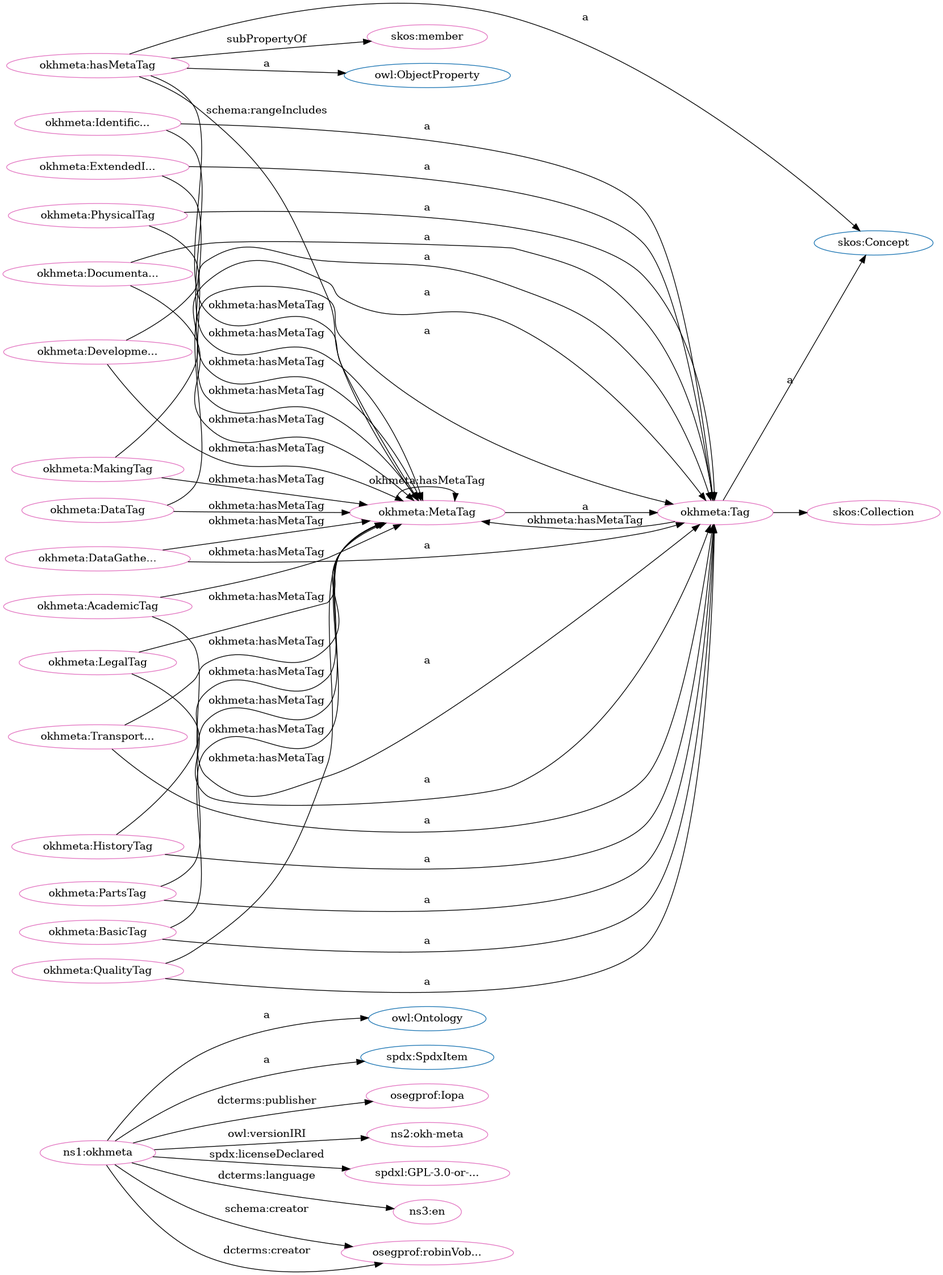
The Graphviz diagram src/spec/dot_okh-meta.png in iop-alliance/OpenKnowHow, before a commit. Its source is kept beside it as src/spec/dot_okh-meta.dot.
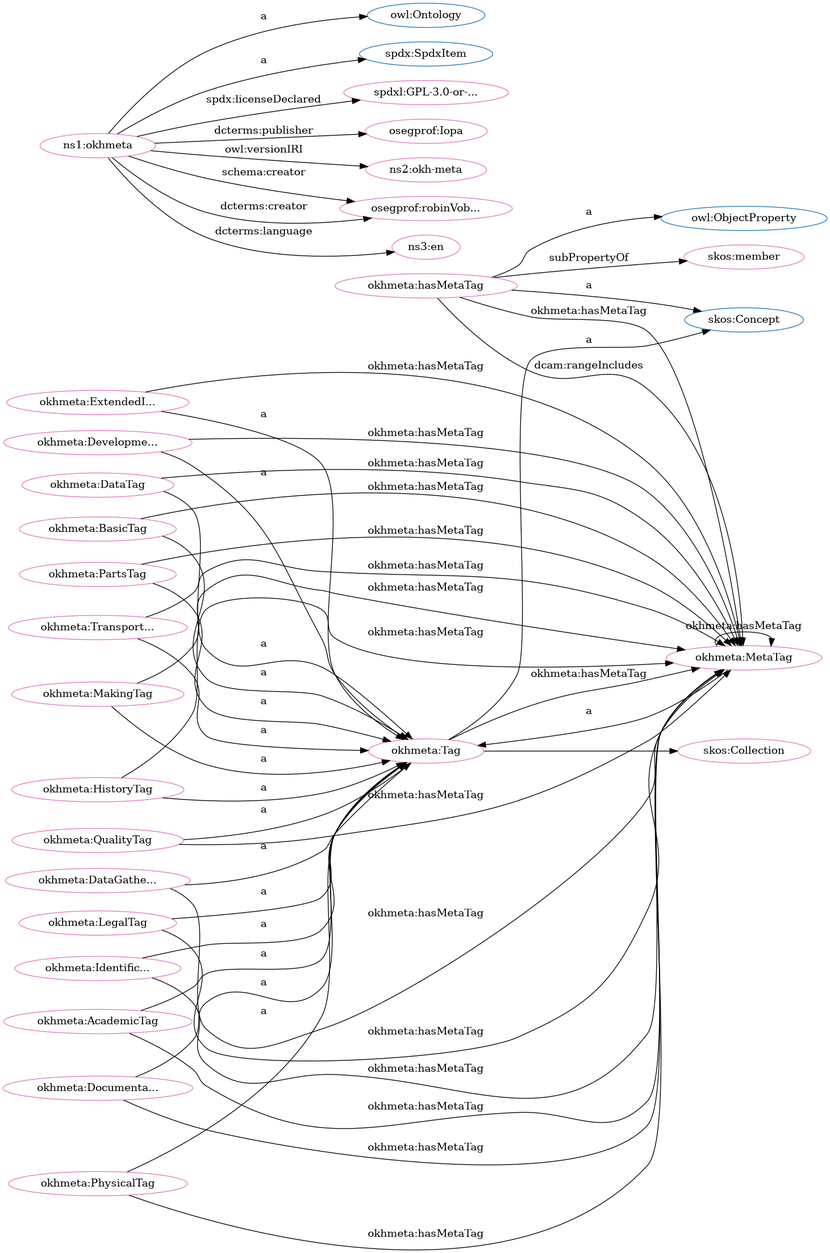
Above is the later version.

What changed in the source:
```diff
@@ -1,85 +1,84 @@
 digraph G {
   rankdir=BT
   node[height=.3]
+"http://www.w3.org/2004/02/skos/core#Collection" [fillcolor="#1f77b4" color="#1f77b4" label="skos:Collection"]
 "http://www.w3.org/2002/07/owl#Ontology" [fillcolor="#1f77b4" color="#1f77b4" label="owl:Ontology"]
-"http://spdx.org/rdf/terms#SpdxItem" [fillcolor="#1f77b4" color="#1f77b4" label="spdx:SpdxItem"]
 "http://www.w3.org/2002/07/owl#ObjectProperty" [fillcolor="#1f77b4" color="#1f77b4" label="owl:ObjectProperty"]
-"http://www.w3.org/2004/02/skos/core#Collection" [fillcolor="#1f77b4" color="#1f77b4" label="skos:Collection"]
 "http://w3id.org/oseg/ont/okhmeta#Tag" [fillcolor="#1f77b4" color="#1f77b4" label="okhmeta:Tag"]
 "http://www.w3.org/2004/02/skos/core#Concept" [fillcolor="#1f77b4" color="#1f77b4" label="skos:Concept"]
-"http://w3id.org/oseg/ont/okhmeta#MetaTag" [fillcolor="#1f77b4" color="#1f77b4" label="okhmeta:MetaTag"]
+"http://spdx.org/rdf/terms#SpdxItem" [fillcolor="#1f77b4" color="#1f77b4" label="spdx:SpdxItem"]
+"http://w3id.org/oseg/ont/okhmeta" [fillcolor="#e377c2" color="#e377c2" label="ns1:okhmeta"]
 "http://w3id.org/oseg/ont/okhmeta#MetaTag" [fillcolor="#e377c2" color="#e377c2" label="okhmeta:MetaTag"]
-"http://w3id.org/oseg/ont/oseg-profiles#Iopa" [fillcolor="#e377c2" color="#e377c2" label="osegprof:Iopa"]
-"http://w3id.org/oseg/ont/okhmeta" [fillcolor="#e377c2" color="#e377c2" label="ns1:okhmeta"]
-"http://w3id.org/oseg/ont/okhmeta#DataGatheringTag" [fillcolor="#e377c2" color="#e377c2" label="okhmeta:DataGathe..."]
-"http://w3id.org/oseg/ont/okhmeta#QualityTag" [fillcolor="#e377c2" color="#e377c2" label="okhmeta:QualityTag"]
-"http://w3id.org/oseg/ont/okhmeta#DevelopmentTag" [fillcolor="#e377c2" color="#e377c2" label="okhmeta:Developme..."]
+"http://w3id.org/oseg/ont/okhmeta#PartsTag" [fillcolor="#e377c2" color="#e377c2" label="okhmeta:PartsTag"]
+"http://www.w3.org/2004/02/skos/core#member" [fillcolor="#e377c2" color="#e377c2" label="skos:member"]
+"http://w3id.org/oseg/ont/okhmeta#AcademicTag" [fillcolor="#e377c2" color="#e377c2" label="okhmeta:AcademicTag"]
+"http://www.w3.org/2004/02/skos/core#Collection" [fillcolor="#e377c2" color="#e377c2" label="skos:Collection"]
 "http://w3id.org/oseg/ont/okhmeta#hasMetaTag" [fillcolor="#e377c2" color="#e377c2" label="okhmeta:hasMetaTag"]
-"http://w3id.org/oseg/ont/okhmeta#TransportationTag" [fillcolor="#e377c2" color="#e377c2" label="okhmeta:Transport..."]
-"http://w3id.org/oseg/ont/1.1.0/okh-meta" [fillcolor="#e377c2" color="#e377c2" label="ns2:okh-meta"]
 "http://spdx.org/licenses/GPL-3.0-or-later" [fillcolor="#e377c2" color="#e377c2" label="spdxl:GPL-3.0-or-..."]
 "http://w3id.org/oseg/ont/okhmeta#ExtendedInfoTag" [fillcolor="#e377c2" color="#e377c2" label="okhmeta:ExtendedI..."]
+"http://w3id.org/oseg/ont/okhmeta#DataGatheringTag" [fillcolor="#e377c2" color="#e377c2" label="okhmeta:DataGathe..."]
+"http://w3id.org/oseg/ont/okhmeta#IdentificationTag" [fillcolor="#e377c2" color="#e377c2" label="okhmeta:Identific..."]
+"http://w3id.org/oseg/ont/okhmeta#DevelopmentTag" [fillcolor="#e377c2" color="#e377c2" label="okhmeta:Developme..."]
+"http://w3id.org/oseg/ont/oseg-profiles#Iopa" [fillcolor="#e377c2" color="#e377c2" label="osegprof:Iopa"]
+"http://w3id.org/oseg/ont/okhmeta#DataTag" [fillcolor="#e377c2" color="#e377c2" label="okhmeta:DataTag"]
+"http://w3id.org/oseg/ont/okhmeta#QualityTag" [fillcolor="#e377c2" color="#e377c2" label="okhmeta:QualityTag"]
+"http://w3id.org/oseg/ont/1.1.0/okh-meta" [fillcolor="#e377c2" color="#e377c2" label="ns2:okh-meta"]
+"http://w3id.org/oseg/ont/oseg-profiles#robinVobruba" [fillcolor="#e377c2" color="#e377c2" label="osegprof:robinVob..."]
 "http://w3id.org/oseg/ont/okhmeta#Tag" [fillcolor="#e377c2" color="#e377c2" label="okhmeta:Tag"]
+"http://w3id.org/oseg/ont/okhmeta#PhysicalTag" [fillcolor="#e377c2" color="#e377c2" label="okhmeta:PhysicalTag"]
+"http://w3id.org/oseg/ont/okhmeta#MakingTag" [fillcolor="#e377c2" color="#e377c2" label="okhmeta:MakingTag"]
+"http://w3id.org/oseg/ont/okhmeta#DocumentationTag" [fillcolor="#e377c2" color="#e377c2" label="okhmeta:Documenta..."]
+"http://w3id.org/oseg/ont/okhmeta#HistoryTag" [fillcolor="#e377c2" color="#e377c2" label="okhmeta:HistoryTag"]
+"http://w3id.org/oseg/ont/okhmeta#LegalTag" [fillcolor="#e377c2" color="#e377c2" label="okhmeta:LegalTag"]
+"http://w3id.org/oseg/ont/okhmeta#TransportationTag" [fillcolor="#e377c2" color="#e377c2" label="okhmeta:Transport..."]
+"http://w3id.org/oseg/ont/okhmeta#BasicTag" [fillcolor="#e377c2" color="#e377c2" label="okhmeta:BasicTag"]
 "http://id.loc.gov/vocabulary/iso639-1/en" [fillcolor="#e377c2" color="#e377c2" label="ns3:en"]
-"http://w3id.org/oseg/ont/oseg-profiles#robinVobruba" [fillcolor="#e377c2" color="#e377c2" label="osegprof:robinVob..."]
-"http://w3id.org/oseg/ont/okhmeta#DocumentationTag" [fillcolor="#e377c2" color="#e377c2" label="okhmeta:Documenta..."]
-"http://www.w3.org/2004/02/skos/core#member" [fillcolor="#e377c2" color="#e377c2" label="skos:member"]
-"http://w3id.org/oseg/ont/okhmeta#DataTag" [fillcolor="#e377c2" color="#e377c2" label="okhmeta:DataTag"]
-"http://w3id.org/oseg/ont/okhmeta#PhysicalTag" [fillcolor="#e377c2" color="#e377c2" label="okhmeta:PhysicalTag"]
-"http://w3id.org/oseg/ont/okhmeta#BasicTag" [fillcolor="#e377c2" color="#e377c2" label="okhmeta:BasicTag"]
-"http://w3id.org/oseg/ont/okhmeta#AcademicTag" [fillcolor="#e377c2" color="#e377c2" label="okhmeta:AcademicTag"]
-"http://w3id.org/oseg/ont/okhmeta#IdentificationTag" [fillcolor="#e377c2" color="#e377c2" label="okhmeta:Identific..."]
-"http://w3id.org/oseg/ont/okhmeta#LegalTag" [fillcolor="#e377c2" color="#e377c2" label="okhmeta:LegalTag"]
-"http://w3id.org/oseg/ont/okhmeta#HistoryTag" [fillcolor="#e377c2" color="#e377c2" label="okhmeta:HistoryTag"]
-"http://w3id.org/oseg/ont/okhmeta#PartsTag" [fillcolor="#e377c2" color="#e377c2" label="okhmeta:PartsTag"]
-"http://w3id.org/oseg/ont/okhmeta#MakingTag" [fillcolor="#e377c2" color="#e377c2" label="okhmeta:MakingTag"]
-"http://www.w3.org/2004/02/skos/core#Collection" [fillcolor="#e377c2" color="#e377c2" label="skos:Collection"]
+  "http://w3id.org/oseg/ont/okhmeta#HistoryTag" -> "http://w3id.org/oseg/ont/okhmeta#MetaTag" [label="okhmeta:hasMetaTag"]
+  "http://w3id.org/oseg/ont/okhmeta#Tag" -> "http://www.w3.org/2004/02/skos/core#Collection" [label=""]
+  "http://w3id.org/oseg/ont/okhmeta" -> "http://spdx.org/licenses/GPL-3.0-or-later" [label="spdx:licenseDeclared"]
+  "http://w3id.org/oseg/ont/okhmeta#hasMetaTag" -> "http://www.w3.org/2002/07/owl#ObjectProperty" [label="a"]
+  "http://w3id.org/oseg/ont/okhmeta#ExtendedInfoTag" -> "http://w3id.org/oseg/ont/okhmeta#Tag" [label="a"]
+  "http://w3id.org/oseg/ont/okhmeta#DevelopmentTag" -> "http://w3id.org/oseg/ont/okhmeta#Tag" [label="a"]
+  "http://w3id.org/oseg/ont/okhmeta#DataTag" -> "http://w3id.org/oseg/ont/okhmeta#Tag" [label="a"]
+  "http://w3id.org/oseg/ont/okhmeta#MetaTag" -> "http://w3id.org/oseg/ont/okhmeta#Tag" [label="a"]
+  "http://w3id.org/oseg/ont/okhmeta" -> "http://w3id.org/oseg/ont/oseg-profiles#robinVobruba" [label="schema:creator"]
+  "http://w3id.org/oseg/ont/okhmeta#hasMetaTag" -> "http://w3id.org/oseg/ont/okhmeta#MetaTag" [label="okhmeta:hasMetaTag"]
+  "http://w3id.org/oseg/ont/okhmeta" -> "http://spdx.org/rdf/terms#SpdxItem" [label="a"]
+  "http://w3id.org/oseg/ont/okhmeta" -> "http://w3id.org/oseg/ont/oseg-profiles#robinVobruba" [label="dcterms:creator"]
+  "http://w3id.org/oseg/ont/okhmeta#MetaTag" -> "http://w3id.org/oseg/ont/okhmeta#MetaTag" [label="okhmeta:hasMetaTag"]
+  "http://w3id.org/oseg/ont/okhmeta#TransportationTag" -> "http://w3id.org/oseg/ont/okhmeta#MetaTag" [label="okhmeta:hasMetaTag"]
+  "http://w3id.org/oseg/ont/okhmeta#BasicTag" -> "http://w3id.org/oseg/ont/okhmeta#MetaTag" [label="okhmeta:hasMetaTag"]
+  "http://w3id.org/oseg/ont/okhmeta#Tag" -> "http://w3id.org/oseg/ont/okhmeta#MetaTag" [label="okhmeta:hasMetaTag"]
+  "http://w3id.org/oseg/ont/okhmeta#IdentificationTag" -> "http://w3id.org/oseg/ont/okhmeta#MetaTag" [label="okhmeta:hasMetaTag"]
+  "http://w3id.org/oseg/ont/okhmeta#HistoryTag" -> "http://w3id.org/oseg/ont/okhmeta#Tag" [label="a"]
+  "http://w3id.org/oseg/ont/okhmeta#LegalTag" -> "http://w3id.org/oseg/ont/okhmeta#Tag" [label="a"]
+  "http://w3id.org/oseg/ont/okhmeta#TransportationTag" -> "http://w3id.org/oseg/ont/okhmeta#Tag" [label="a"]
+  "http://w3id.org/oseg/ont/okhmeta#BasicTag" -> "http://w3id.org/oseg/ont/okhmeta#Tag" [label="a"]
+  "http://w3id.org/oseg/ont/okhmeta" -> "http://id.loc.gov/vocabulary/iso639-1/en" [label="dcterms:language"]
+  "http://w3id.org/oseg/ont/okhmeta#QualityTag" -> "http://w3id.org/oseg/ont/okhmeta#MetaTag" [label="okhmeta:hasMetaTag"]
+  "http://w3id.org/oseg/ont/okhmeta" -> "http://www.w3.org/2002/07/owl#Ontology" [label="a"]
+  "http://w3id.org/oseg/ont/okhmeta#hasMetaTag" -> "http://w3id.org/oseg/ont/okhmeta#MetaTag" [label="dcam:rangeIncludes"]
+  "http://w3id.org/oseg/ont/okhmeta#PartsTag" -> "http://w3id.org/oseg/ont/okhmeta#Tag" [label="a"]
+  "http://w3id.org/oseg/ont/okhmeta#hasMetaTag" -> "http://www.w3.org/2004/02/skos/core#member" [label="subPropertyOf"]
+  "http://w3id.org/oseg/ont/okhmeta#AcademicTag" -> "http://w3id.org/oseg/ont/okhmeta#Tag" [label="a"]
+  "http://w3id.org/oseg/ont/okhmeta#hasMetaTag" -> "http://www.w3.org/2004/02/skos/core#Concept" [label="a"]
+  "http://w3id.org/oseg/ont/okhmeta#PartsTag" -> "http://w3id.org/oseg/ont/okhmeta#MetaTag" [label="okhmeta:hasMetaTag"]
+  "http://w3id.org/oseg/ont/okhmeta#AcademicTag" -> "http://w3id.org/oseg/ont/okhmeta#MetaTag" [label="okhmeta:hasMetaTag"]
+  "http://w3id.org/oseg/ont/okhmeta#DataGatheringTag" -> "http://w3id.org/oseg/ont/okhmeta#Tag" [label="a"]
+  "http://w3id.org/oseg/ont/okhmeta#IdentificationTag" -> "http://w3id.org/oseg/ont/okhmeta#Tag" [label="a"]
   "http://w3id.org/oseg/ont/okhmeta#PhysicalTag" -> "http://w3id.org/oseg/ont/okhmeta#MetaTag" [label="okhmeta:hasMetaTag"]
   "http://w3id.org/oseg/ont/okhmeta" -> "http://w3id.org/oseg/ont/oseg-profiles#Iopa" [label="dcterms:publisher"]
-  "http://w3id.org/oseg/ont/okhmeta#QualityTag" -> "http://w3id.org/oseg/ont/okhmeta#MetaTag" [label="okhmeta:hasMetaTag"]
+  "http://w3id.org/oseg/ont/okhmeta#MakingTag" -> "http://w3id.org/oseg/ont/okhmeta#MetaTag" [label="okhmeta:hasMetaTag"]
+  "http://w3id.org/oseg/ont/okhmeta#DataGatheringTag" -> "http://w3id.org/oseg/ont/okhmeta#MetaTag" [label="okhmeta:hasMetaTag"]
   "http://w3id.org/oseg/ont/okhmeta#QualityTag" -> "http://w3id.org/oseg/ont/okhmeta#Tag" [label="a"]
-  "http://w3id.org/oseg/ont/okhmeta" -> "http://www.w3.org/2002/07/owl#Ontology" [label="a"]
-  "http://w3id.org/oseg/ont/okhmeta#BasicTag" -> "http://w3id.org/oseg/ont/okhmeta#MetaTag" [label="okhmeta:hasMetaTag"]
-  "http://w3id.org/oseg/ont/okhmeta#DataGatheringTag" -> "http://w3id.org/oseg/ont/okhmeta#MetaTag" [label="okhmeta:hasMetaTag"]
-  "http://w3id.org/oseg/ont/okhmeta#DataGatheringTag" -> "http://w3id.org/oseg/ont/okhmeta#Tag" [label="a"]
-  "http://w3id.org/oseg/ont/okhmeta#DevelopmentTag" -> "http://w3id.org/oseg/ont/okhmeta#Tag" [label="a"]
-  "http://w3id.org/oseg/ont/okhmeta#hasMetaTag" -> "http://www.w3.org/2002/07/owl#ObjectProperty" [label="a"]
   "http://w3id.org/oseg/ont/okhmeta" -> "http://w3id.org/oseg/ont/1.1.0/okh-meta" [label="owl:versionIRI"]
-  "http://w3id.org/oseg/ont/okhmeta" -> "http://spdx.org/licenses/GPL-3.0-or-later" [label="spdx:licenseDeclared"]
-  "http://w3id.org/oseg/ont/okhmeta#hasMetaTag" -> "http://www.w3.org/2004/02/skos/core#Concept" [label="a"]
   "http://w3id.org/oseg/ont/okhmeta#Tag" -> "http://www.w3.org/2004/02/skos/core#Concept" [label="a"]
+  "http://w3id.org/oseg/ont/okhmeta#PhysicalTag" -> "http://w3id.org/oseg/ont/okhmeta#Tag" [label="a"]
+  "http://w3id.org/oseg/ont/okhmeta#MakingTag" -> "http://w3id.org/oseg/ont/okhmeta#Tag" [label="a"]
+  "http://w3id.org/oseg/ont/okhmeta#DocumentationTag" -> "http://w3id.org/oseg/ont/okhmeta#Tag" [label="a"]
+  "http://w3id.org/oseg/ont/okhmeta#ExtendedInfoTag" -> "http://w3id.org/oseg/ont/okhmeta#MetaTag" [label="okhmeta:hasMetaTag"]
+  "http://w3id.org/oseg/ont/okhmeta#DevelopmentTag" -> "http://w3id.org/oseg/ont/okhmeta#MetaTag" [label="okhmeta:hasMetaTag"]
   "http://w3id.org/oseg/ont/okhmeta#DocumentationTag" -> "http://w3id.org/oseg/ont/okhmeta#MetaTag" [label="okhmeta:hasMetaTag"]
-  "http://w3id.org/oseg/ont/okhmeta#DocumentationTag" -> "http://w3id.org/oseg/ont/okhmeta#Tag" [label="a"]
+  "http://w3id.org/oseg/ont/okhmeta#LegalTag" -> "http://w3id.org/oseg/ont/okhmeta#MetaTag" [label="okhmeta:hasMetaTag"]
   "http://w3id.org/oseg/ont/okhmeta#DataTag" -> "http://w3id.org/oseg/ont/okhmeta#MetaTag" [label="okhmeta:hasMetaTag"]
-  "http://w3id.org/oseg/ont/okhmeta#MakingTag" -> "http://w3id.org/oseg/ont/okhmeta#MetaTag" [label="okhmeta:hasMetaTag"]
-  "http://w3id.org/oseg/ont/okhmeta#AcademicTag" -> "http://w3id.org/oseg/ont/okhmeta#MetaTag" [label="okhmeta:hasMetaTag"]
-  "http://w3id.org/oseg/ont/okhmeta#AcademicTag" -> "http://w3id.org/oseg/ont/okhmeta#Tag" [label="a"]
-  "http://w3id.org/oseg/ont/okhmeta#IdentificationTag" -> "http://w3id.org/oseg/ont/okhmeta#MetaTag" [label="okhmeta:hasMetaTag"]
-  "http://w3id.org/oseg/ont/okhmeta#IdentificationTag" -> "http://w3id.org/oseg/ont/okhmeta#Tag" [label="a"]
-  "http://w3id.org/oseg/ont/okhmeta#DevelopmentTag" -> "http://w3id.org/oseg/ont/okhmeta#MetaTag" [label="okhmeta:hasMetaTag"]
-  "http://w3id.org/oseg/ont/okhmeta#Tag" -> "http://w3id.org/oseg/ont/okhmeta#MetaTag" [label="okhmeta:hasMetaTag"]
-  "http://w3id.org/oseg/ont/okhmeta#PartsTag" -> "http://w3id.org/oseg/ont/okhmeta#MetaTag" [label="okhmeta:hasMetaTag"]
-  "http://w3id.org/oseg/ont/okhmeta#PartsTag" -> "http://w3id.org/oseg/ont/okhmeta#Tag" [label="a"]
-  "http://w3id.org/oseg/ont/okhmeta#MakingTag" -> "http://w3id.org/oseg/ont/okhmeta#Tag" [label="a"]
-  "http://w3id.org/oseg/ont/okhmeta#MetaTag" -> "http://w3id.org/oseg/ont/okhmeta#MetaTag" [label="okhmeta:hasMetaTag"]
-  "http://w3id.org/oseg/ont/okhmeta#TransportationTag" -> "http://w3id.org/oseg/ont/okhmeta#MetaTag" [label="okhmeta:hasMetaTag"]
-  "http://w3id.org/oseg/ont/okhmeta#TransportationTag" -> "http://w3id.org/oseg/ont/okhmeta#Tag" [label="a"]
-  "http://w3id.org/oseg/ont/okhmeta#ExtendedInfoTag" -> "http://w3id.org/oseg/ont/okhmeta#Tag" [label="a"]
-  "http://w3id.org/oseg/ont/okhmeta" -> "http://id.loc.gov/vocabulary/iso639-1/en" [label="dcterms:language"]
-  "http://w3id.org/oseg/ont/okhmeta" -> "http://w3id.org/oseg/ont/oseg-profiles#robinVobruba" [label="schema:creator"]
-  "http://w3id.org/oseg/ont/okhmeta#ExtendedInfoTag" -> "http://w3id.org/oseg/ont/okhmeta#MetaTag" [label="okhmeta:hasMetaTag"]
-  "http://w3id.org/oseg/ont/okhmeta#hasMetaTag" -> "http://www.w3.org/2004/02/skos/core#member" [label="subPropertyOf"]
-  "http://w3id.org/oseg/ont/okhmeta#DataTag" -> "http://w3id.org/oseg/ont/okhmeta#Tag" [label="a"]
-  "http://w3id.org/oseg/ont/okhmeta#PhysicalTag" -> "http://w3id.org/oseg/ont/okhmeta#Tag" [label="a"]
-  "http://w3id.org/oseg/ont/okhmeta#BasicTag" -> "http://w3id.org/oseg/ont/okhmeta#Tag" [label="a"]
-  "http://w3id.org/oseg/ont/okhmeta#hasMetaTag" -> "http://w3id.org/oseg/ont/okhmeta#MetaTag" [label="schema:rangeIncludes"]
-  "http://w3id.org/oseg/ont/okhmeta" -> "http://w3id.org/oseg/ont/oseg-profiles#robinVobruba" [label="dcterms:creator"]
-  "http://w3id.org/oseg/ont/okhmeta#LegalTag" -> "http://w3id.org/oseg/ont/okhmeta#Tag" [label="a"]
-  "http://w3id.org/oseg/ont/okhmeta#MetaTag" -> "http://w3id.org/oseg/ont/okhmeta#Tag" [label="a"]
-  "http://w3id.org/oseg/ont/okhmeta#hasMetaTag" -> "http://w3id.org/oseg/ont/okhmeta#MetaTag" [label="okhmeta:hasMetaTag"]
-  "http://w3id.org/oseg/ont/okhmeta#HistoryTag" -> "http://w3id.org/oseg/ont/okhmeta#MetaTag" [label="okhmeta:hasMetaTag"]
-  "http://w3id.org/oseg/ont/okhmeta#HistoryTag" -> "http://w3id.org/oseg/ont/okhmeta#Tag" [label="a"]
-  "http://w3id.org/oseg/ont/okhmeta" -> "http://spdx.org/rdf/terms#SpdxItem" [label="a"]
-  "http://w3id.org/oseg/ont/okhmeta#LegalTag" -> "http://w3id.org/oseg/ont/okhmeta#MetaTag" [label="okhmeta:hasMetaTag"]
-  "http://w3id.org/oseg/ont/okhmeta#Tag" -> "http://www.w3.org/2004/02/skos/core#Collection" [label=""]
 }
```
